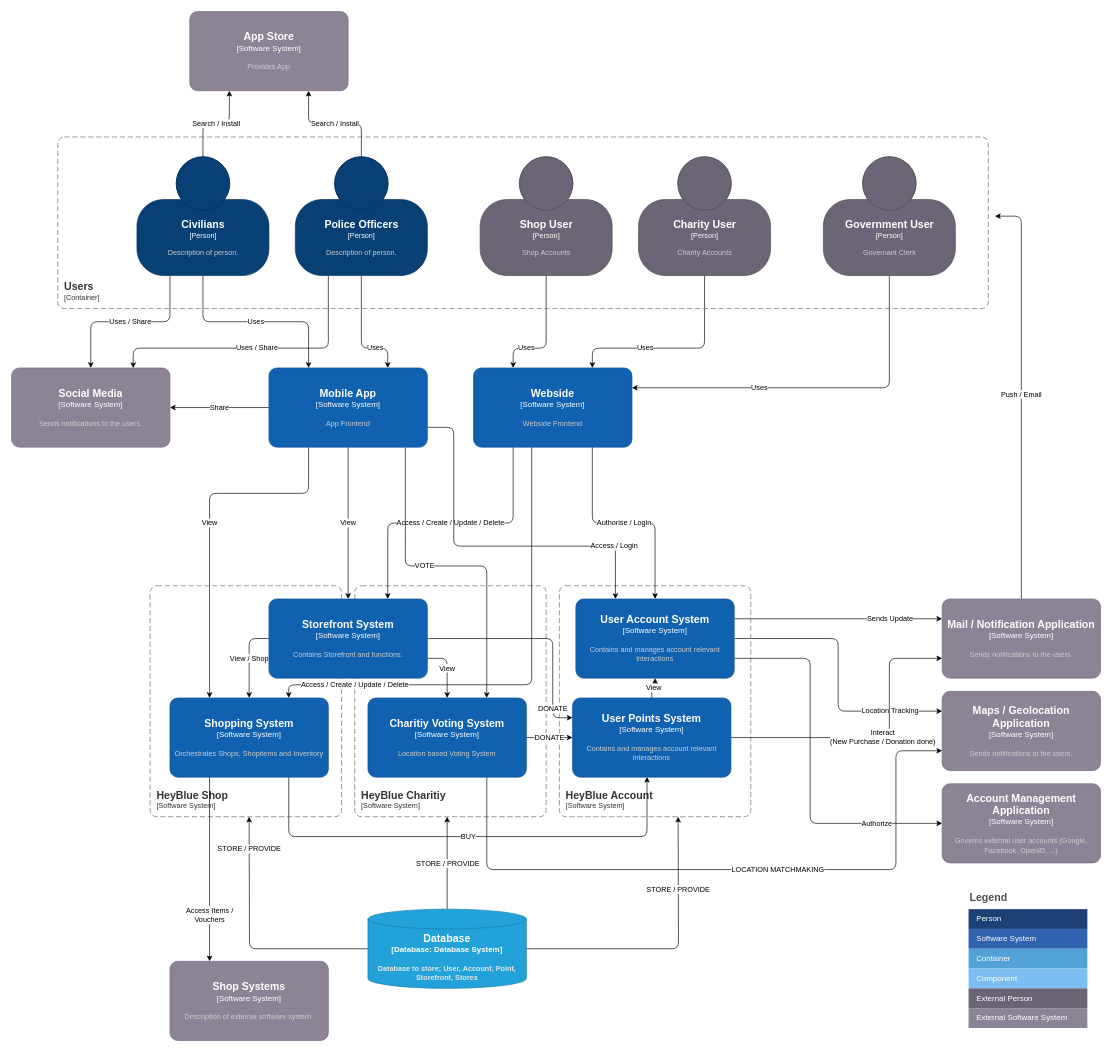
MinniMieze/HeyBlue keeps this draw.io diagram as page "C4 Level2" (1 of 3) of WiP/Usecases/12_shop.drawio. Above is the earlier version. Source tidied: cells renumbered, new cells numbered last; positions are measured from the earlier drawing's top-left corner, leaving out a move shared by most shapes. Both pictures are drawn from the tidied source at 66%, with x=0, y=0 at pixel (11, 11).
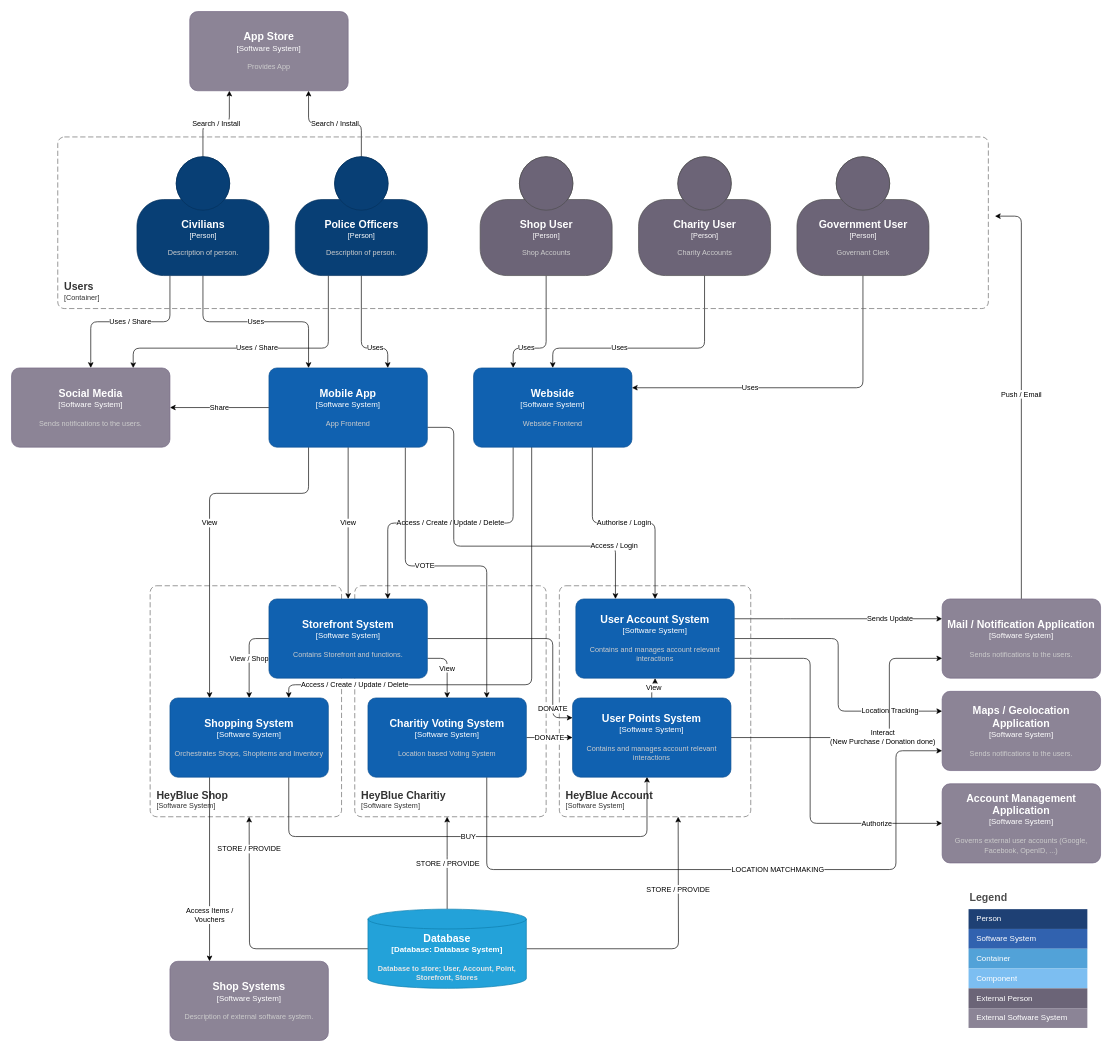
The same page after the edit.

Unchanged cells that the change refers to:
```xml
<object id="30" label="&lt;font style=&quot;font-size: 16px&quot;&gt;&lt;b&gt;%c4Name%&lt;/b&gt;&lt;/font&gt;&lt;div&gt;[%c4Type%]&lt;/div&gt;&lt;br&gt;&lt;div&gt;&lt;font style=&quot;font-size: 11px&quot;&gt;&lt;font color=&quot;#cccccc&quot;&gt;%c4Description%&lt;/font&gt;&lt;/div&gt;" c4Description="Charity Accounts" c4Name="Charity User" c4Type="Person" placeholders="1">
  <mxCell style="html=1;fontSize=11;dashed=0;whitespace=wrap;fillColor=#6C6477;strokeColor=#4D4D4D;fontColor=#ffffff;shape=mxgraph.c4.person2;align=center;points=[[0.5,0,0],[1,0.5,0],[1,0.75,0],[0.75,1,0],[0.5,1,0],[0.25,1,0],[0,0.75,0],[0,0.5,0]];" parent="1" vertex="1">
    <mxGeometry x="950" y="220" width="200" height="180" as="geometry" />
  </mxCell>
</object>
<object id="36" label="&lt;font style=&quot;font-size: 16px&quot;&gt;&lt;b&gt;%c4Name%&lt;/b&gt;&lt;/font&gt;&lt;div&gt;[%c4Type%]&lt;/div&gt;&lt;br&gt;&lt;div&gt;&lt;font style=&quot;font-size: 11px&quot;&gt;&lt;font color=&quot;#cccccc&quot;&gt;%c4Description%&lt;/font&gt;&lt;/div&gt;" c4Description="Webside Frontend" c4Name="Webside" c4Type="Software System" placeholders="1">
  <mxCell style="rounded=1;whiteSpace=wrap;html=1;labelBackgroundColor=none;fillColor=#1061B0;fontColor=#ffffff;align=center;arcSize=10;strokeColor=#0D5091;points=[[0.25,0,0],[0.5,0,0],[0.75,0,0],[1,0.25,0],[1,0.5,0],[1,0.75,0],[0.75,1,0],[0.5,1,0],[0.25,1,0],[0,0.75,0],[0,0.5,0],[0,0.25,0]];" parent="1" vertex="1">
    <mxGeometry x="700" y="540" width="240" height="120" as="geometry" />
  </mxCell>
</object>
```

Change to the diagram source:
```diff
@@
-    <mxCell id="29" value="Uses" style="edgeStyle=orthogonalEdgeStyle;html=1;exitX=0.5;exitY=1;exitDx=0;exitDy=0;exitPerimeter=0;entryX=0.75;entryY=0;entryDx=0;entryDy=0;entryPerimeter=0;" parent="1" edge="1" source="30" target="36">
+    <mxCell id="29" value="Uses" style="edgeStyle=orthogonalEdgeStyle;html=1;exitX=0.5;exitY=1;exitDx=0;exitDy=0;exitPerimeter=0;entryX=0.5;entryY=0;entryDx=0;entryDy=0;entryPerimeter=0;" parent="1" edge="1" source="30" target="36">
       <mxGeometry x="0.29" relative="1" as="geometry">
         <Array as="points">
           <mxPoint x="1050" y="510" />
-          <mxPoint x="880" y="510" />
+          <mxPoint x="820" y="510" />
         </Array>
       </mxGeometry>
     </mxCell>
@@
     <object id="58" label="&lt;font style=&quot;font-size: 16px&quot;&gt;&lt;b&gt;%c4Name%&lt;/b&gt;&lt;/font&gt;&lt;div&gt;[%c4Type%]&lt;/div&gt;&lt;br&gt;&lt;div&gt;&lt;font style=&quot;font-size: 11px&quot;&gt;&lt;font color=&quot;#cccccc&quot;&gt;%c4Description%&lt;/font&gt;&lt;/div&gt;" c4Description="Governant Clerk" c4Name="Government User" c4Type="Person" placeholders="1">
       <mxCell style="html=1;fontSize=11;dashed=0;whitespace=wrap;fillColor=#6C6477;strokeColor=#4D4D4D;fontColor=#ffffff;shape=mxgraph.c4.person2;align=center;points=[[0.5,0,0],[1,0.5,0],[1,0.75,0],[0.75,1,0],[0.5,1,0],[0.25,1,0],[0,0.75,0],[0,0.5,0]];" parent="1" vertex="1">
-        <mxGeometry x="1230" y="220" width="200" height="180" as="geometry" />
+        <mxGeometry x="1190" y="220" width="200" height="180" as="geometry" />
       </mxCell>
     </object>
```
